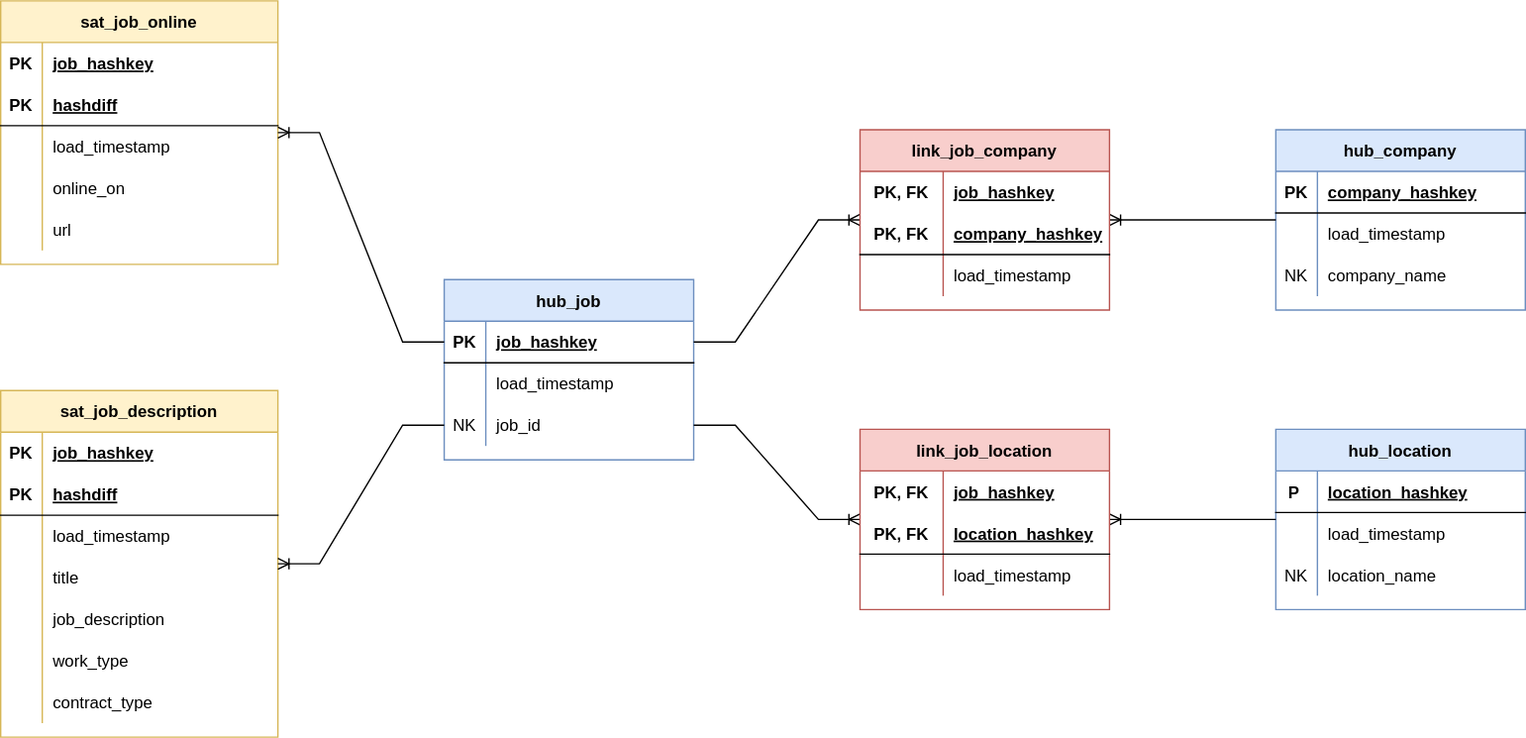
This is doc/data-vault-model.drawio.svg from petracarrion/job-market-analytics, a draw.io export, as it was before one commit. Source tidied: cells renumbered, new cells last; positions are measured from the earlier drawing's top-left corner, leaving out a move shared by most shapes.
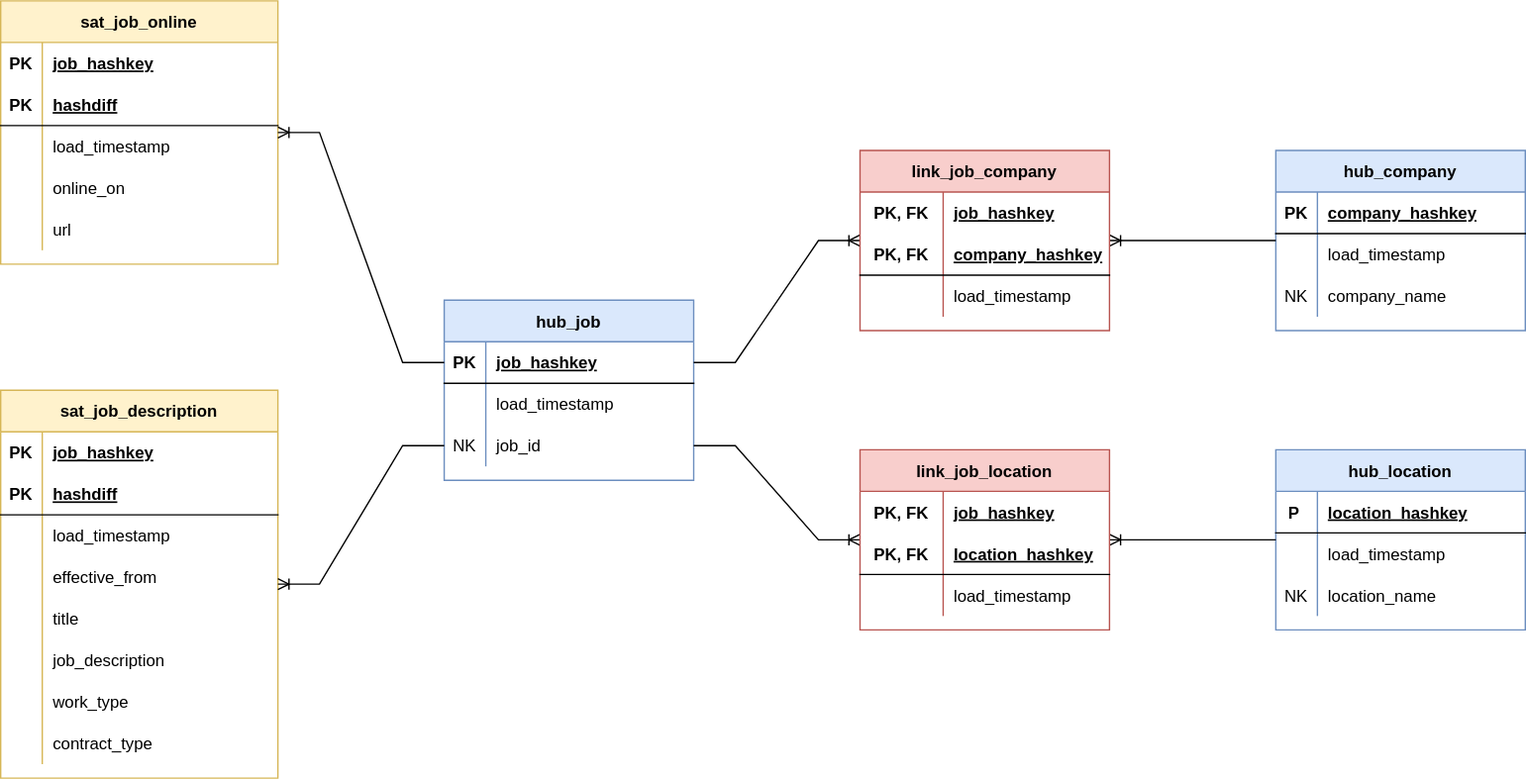
Above is the later version.

The edit, as a diff of the source:
```diff
@@ -3,7 +3,7 @@
     <mxCell id="0" />
     <mxCell id="1" parent="0" />
     <mxCell id="2" value="sat_job_online" style="shape=table;startSize=30;rowLines=0;fontStyle=1;align=center;fillColor=#FFF2CC;strokeColor=#d6b656;swimlaneFillColor=#ffffff;" parent="1" vertex="1">
-      <mxGeometry width="200" height="190" as="geometry" />
+      <mxGeometry y="-15" width="200" height="190" as="geometry" />
     </mxCell>
     <mxCell id="3" style="shape=partialRectangle;fillColor=none;top=0;left=0;bottom=1;right=0;strokeColor=none;" parent="2" vertex="1">
       <mxGeometry y="30" width="200" height="30" as="geometry" />
@@ -32,13 +32,13 @@
     <mxCell id="11" value="load_timestamp" style="shape=partialRectangle;fillColor=none;top=0;left=0;bottom=0;right=0;align=left;spacingLeft=6;overflow=hidden;" parent="9" vertex="1">
       <mxGeometry x="30" width="170" height="30" as="geometry" />
     </mxCell>
-    <mxCell id="12" style="shape=partialRectangle;fillColor=none;top=0;left=0;bottom=0;right=0;" parent="2" vertex="1">
-      <mxGeometry y="120" width="200" height="30" as="geometry" />
-    </mxCell>
-    <mxCell id="13" style="shape=partialRectangle;fillColor=none;top=0;left=0;bottom=0;right=0;overflow=hidden;" parent="12" vertex="1">
-      <mxGeometry width="30" height="30" as="geometry" />
-    </mxCell>
+    <mxCell id="96" style="shape=partialRectangle;fillColor=none;top=0;left=0;bottom=0;right=0;" parent="2" vertex="1">
+      <mxGeometry y="120" width="200" height="30" as="geometry" />
+    </mxCell>
+    <mxCell id="97" style="shape=partialRectangle;fillColor=none;top=0;left=0;bottom=0;right=0;overflow=hidden;" parent="96" vertex="1">
+      <mxGeometry width="30" height="30" as="geometry" />
+    </mxCell>
-    <mxCell id="14" value="online_on" style="shape=partialRectangle;fillColor=none;top=0;left=0;bottom=0;right=0;align=left;spacingLeft=6;overflow=hidden;" parent="12" vertex="1">
+    <mxCell id="14" value="online_on" style="shape=partialRectangle;fillColor=none;top=0;left=0;bottom=0;right=0;align=left;spacingLeft=6;overflow=hidden;" parent="96" vertex="1">
       <mxGeometry x="30" width="170" height="30" as="geometry" />
     </mxCell>
     <mxCell id="15" style="shape=partialRectangle;fillColor=none;top=0;left=0;bottom=0;right=0;" parent="2" vertex="1">
@@ -216,7 +216,7 @@
       <mxGeometry x="60" width="120" height="30" as="geometry" />
     </mxCell>
     <mxCell id="73" value="sat_job_description" style="shape=table;startSize=30;rowLines=0;fontStyle=1;align=center;fillColor=#FFF2CC;strokeColor=#d6b656;swimlaneFillColor=#ffffff;" parent="1" vertex="1">
-      <mxGeometry y="281" width="200" height="250" as="geometry" />
+      <mxGeometry y="266" width="200" height="280" as="geometry" />
     </mxCell>
     <mxCell id="74" style="shape=partialRectangle;fillColor=none;top=0;left=0;bottom=1;right=0;strokeColor=none;" parent="73" vertex="1">
       <mxGeometry y="30" width="200" height="30" as="geometry" />
@@ -245,8 +245,17 @@
     <mxCell id="82" value="load_timestamp" style="shape=partialRectangle;fillColor=none;top=0;left=0;bottom=0;right=0;align=left;spacingLeft=6;overflow=hidden;" parent="80" vertex="1">
       <mxGeometry x="30" width="170" height="30" as="geometry" />
     </mxCell>
+    <mxCell id="98" style="shape=partialRectangle;fillColor=none;top=0;left=0;bottom=0;right=0;" parent="73" vertex="1">
+      <mxGeometry y="120" width="200" height="30" as="geometry" />
+    </mxCell>
+    <mxCell id="99" style="shape=partialRectangle;fillColor=none;top=0;left=0;bottom=0;right=0;overflow=hidden;" parent="98" vertex="1">
+      <mxGeometry width="30" height="30" as="geometry" />
+    </mxCell>
+    <mxCell id="100" value="effective_from" style="shape=partialRectangle;fillColor=none;top=0;left=0;bottom=0;right=0;align=left;spacingLeft=6;overflow=hidden;" parent="98" vertex="1">
+      <mxGeometry x="30" width="170" height="30" as="geometry" />
+    </mxCell>
     <mxCell id="83" style="shape=partialRectangle;fillColor=none;top=0;left=0;bottom=0;right=0;" parent="73" vertex="1">
-      <mxGeometry y="120" width="200" height="30" as="geometry" />
+      <mxGeometry y="150" width="200" height="30" as="geometry" />
     </mxCell>
     <mxCell id="84" style="shape=partialRectangle;fillColor=none;top=0;left=0;bottom=0;right=0;overflow=hidden;" parent="83" vertex="1">
       <mxGeometry width="30" height="30" as="geometry" />
@@ -255,7 +264,7 @@
       <mxGeometry x="30" width="170" height="30" as="geometry" />
     </mxCell>
     <mxCell id="86" style="shape=partialRectangle;fillColor=none;top=0;left=0;bottom=0;right=0;" parent="73" vertex="1">
-      <mxGeometry y="150" width="200" height="30" as="geometry" />
+      <mxGeometry y="180" width="200" height="30" as="geometry" />
     </mxCell>
     <mxCell id="87" style="shape=partialRectangle;fillColor=none;top=0;left=0;bottom=0;right=0;overflow=hidden;" parent="86" vertex="1">
       <mxGeometry width="30" height="30" as="geometry" />
@@ -264,7 +273,7 @@
       <mxGeometry x="30" width="170" height="30" as="geometry" />
     </mxCell>
     <mxCell id="89" style="shape=partialRectangle;fillColor=none;top=0;left=0;bottom=0;right=0;" parent="73" vertex="1">
-      <mxGeometry y="180" width="200" height="30" as="geometry" />
+      <mxGeometry y="210" width="200" height="30" as="geometry" />
     </mxCell>
     <mxCell id="90" style="shape=partialRectangle;fillColor=none;top=0;left=0;bottom=0;right=0;overflow=hidden;" parent="89" vertex="1">
       <mxGeometry width="30" height="30" as="geometry" />
@@ -273,7 +282,7 @@
       <mxGeometry x="30" width="170" height="30" as="geometry" />
     </mxCell>
     <mxCell id="92" style="shape=partialRectangle;fillColor=none;top=0;left=0;bottom=0;right=0;" parent="73" vertex="1">
-      <mxGeometry y="210" width="200" height="30" as="geometry" />
+      <mxGeometry y="240" width="200" height="30" as="geometry" />
     </mxCell>
     <mxCell id="93" style="shape=partialRectangle;fillColor=none;top=0;left=0;bottom=0;right=0;overflow=hidden;" parent="92" vertex="1">
       <mxGeometry width="30" height="30" as="geometry" />
```
